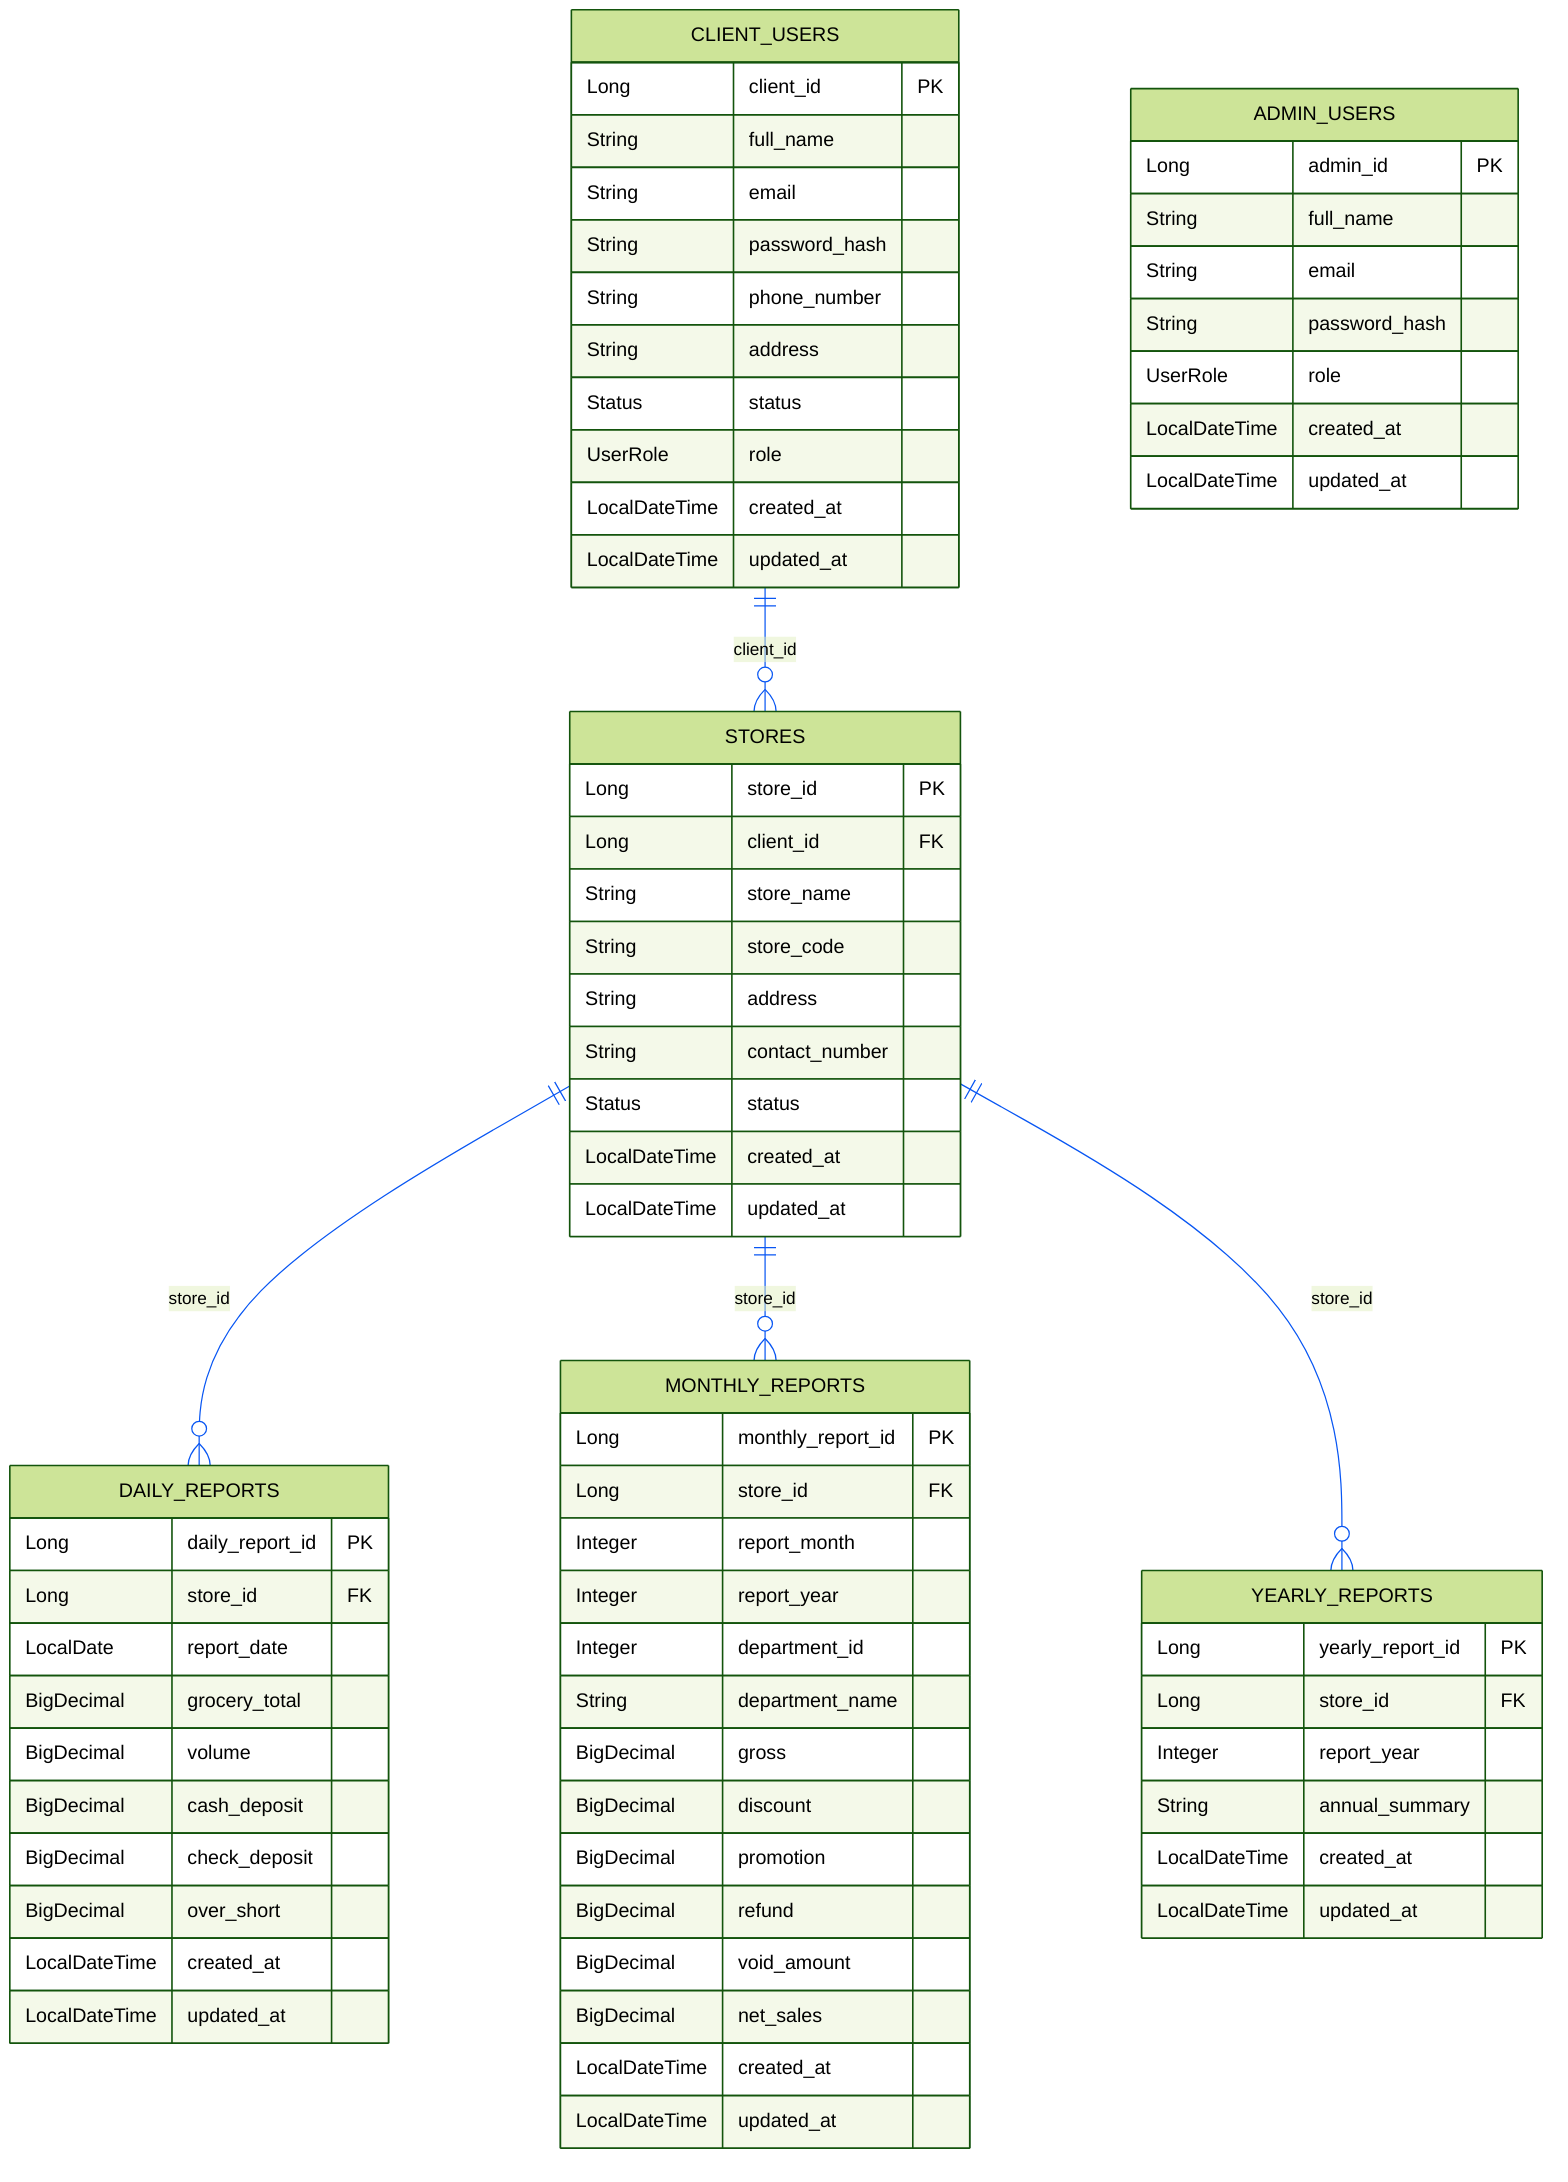
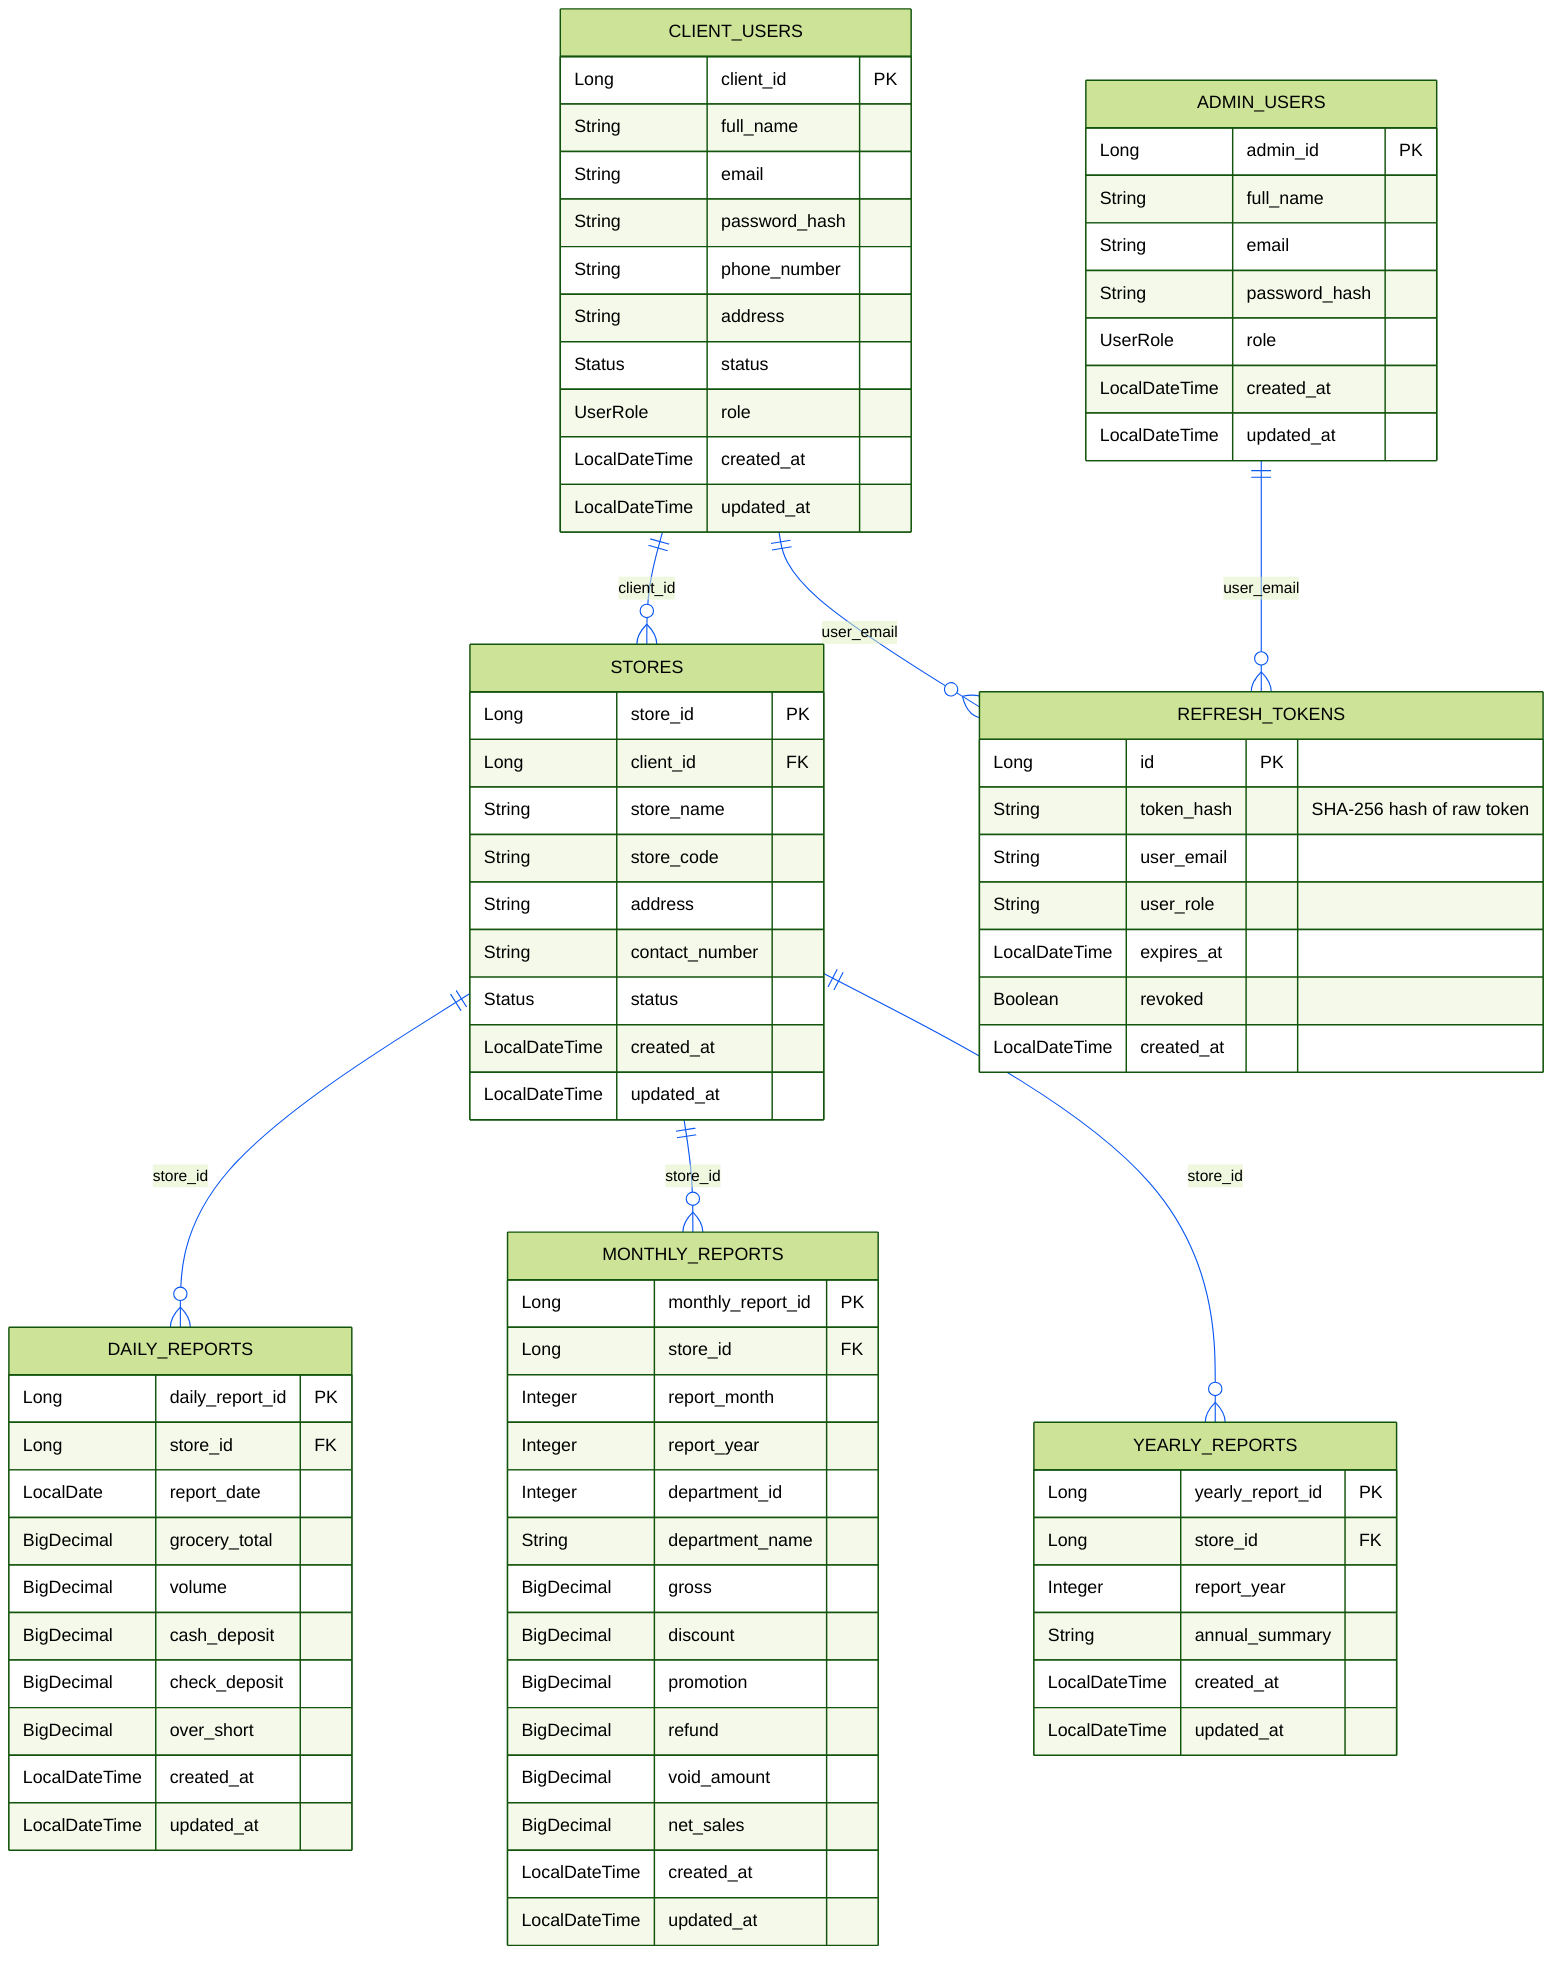
%%{init: {"theme": "forest", "themeVariables": {"primaryColor": "#f2f2f2", "primaryBorderColor": "#e61010", "primaryTextColor": "#01060d", "lineColor": "#0856f3", "fontFamily": "Arial"}}}%%
erDiagram
	CLIENT_USERS ||--o{ STORES : client_id
	STORES ||--o{ DAILY_REPORTS : store_id
	STORES ||--o{ MONTHLY_REPORTS : store_id
	STORES ||--o{ YEARLY_REPORTS : store_id
+ 	ADMIN_USERS ||--o{ REFRESH_TOKENS : user_email
+ 	CLIENT_USERS ||--o{ REFRESH_TOKENS : user_email

	ADMIN_USERS {
		Long admin_id PK
		String full_name
		String email
		String password_hash
		UserRole role
		LocalDateTime created_at
		LocalDateTime updated_at
	}

	CLIENT_USERS {
		Long client_id PK
		String full_name
		String email
		String password_hash
		String phone_number
		String address
		Status status
		UserRole role
		LocalDateTime created_at
		LocalDateTime updated_at
+ 	}
+ 
+ 	REFRESH_TOKENS {
+ 		Long id PK
+ 		String token_hash "SHA-256 hash of raw token"
+ 		String user_email
+ 		String user_role
+ 		LocalDateTime expires_at
+ 		Boolean revoked
+ 		LocalDateTime created_at
	}

	STORES {
		Long store_id PK
		Long client_id FK
		String store_name
		String store_code
		String address
		String contact_number
		Status status
		LocalDateTime created_at
		LocalDateTime updated_at
	}

	DAILY_REPORTS {
		Long daily_report_id PK
		Long store_id FK
		LocalDate report_date
		BigDecimal grocery_total
		BigDecimal volume
		BigDecimal cash_deposit
		BigDecimal check_deposit
		BigDecimal over_short
		LocalDateTime created_at
		LocalDateTime updated_at
	}

	MONTHLY_REPORTS {
		Long monthly_report_id PK
		Long store_id FK
		Integer report_month
		Integer report_year
		Integer department_id
		String department_name
		BigDecimal gross
		BigDecimal discount
		BigDecimal promotion
		BigDecimal refund
		BigDecimal void_amount
		BigDecimal net_sales
		LocalDateTime created_at
		LocalDateTime updated_at
	}

	YEARLY_REPORTS {
		Long yearly_report_id PK
		Long store_id FK
		Integer report_year
		String annual_summary
		LocalDateTime created_at
		LocalDateTime updated_at
	}
